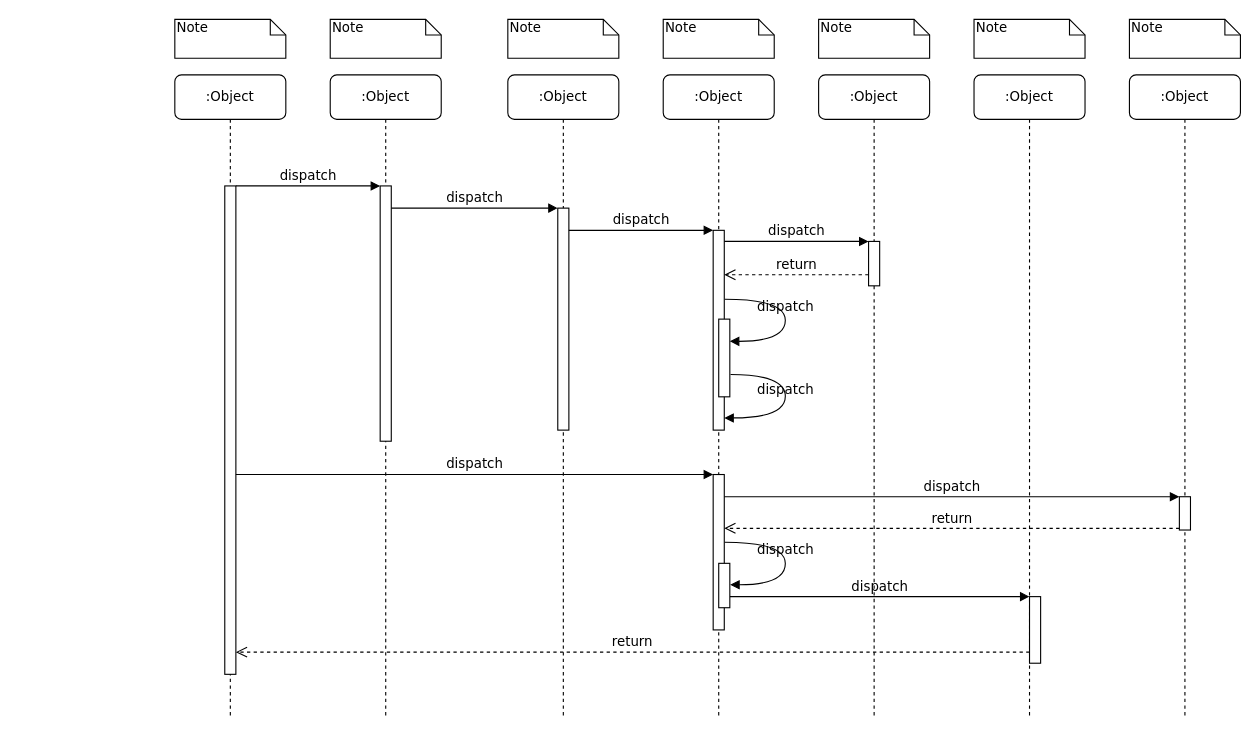
The draw.io diagram prometheus.drawio in mafagan/yunPicture, before the edit. Source tidied: cells renumbered, new cells numbered last; positions are measured from the earlier drawing's top-left corner, leaving out a move shared by most shapes. Both pictures are drawn from the tidied source at 111%, with x=0, y=0 at pixel (174, 19).
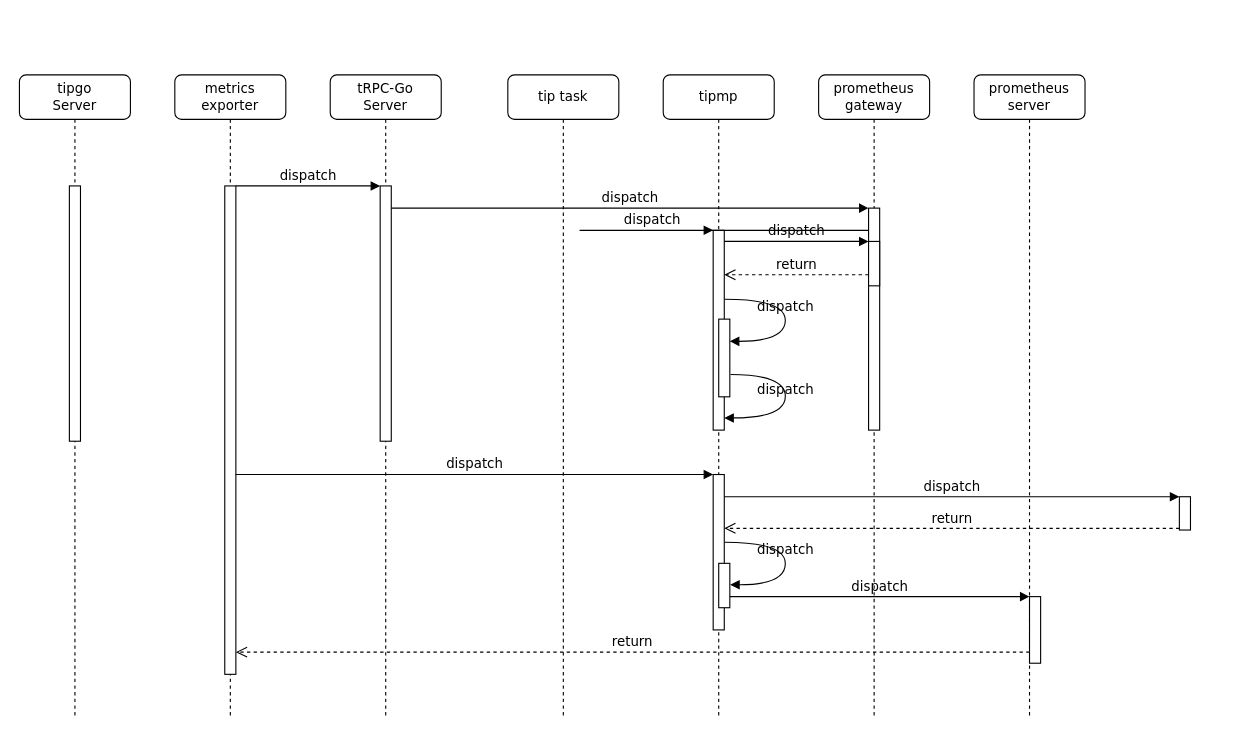
After the change.

What changed in the source:
```diff
@@
-    <mxCell id="2" value=":Object" style="shape=umlLifeline;perimeter=lifelinePerimeter;whiteSpace=wrap;html=1;rounded=1;shadow=0;comic=0;labelBackgroundColor=none;strokeWidth=1;fontFamily=Verdana;fontSize=12;align=center;" parent="1" vertex="1">
+    <mxCell id="2" value="tRPC-Go&lt;br&gt;Server" style="shape=umlLifeline;perimeter=lifelinePerimeter;whiteSpace=wrap;html=1;rounded=1;shadow=0;comic=0;labelBackgroundColor=none;strokeWidth=1;fontFamily=Verdana;fontSize=12;align=center;" parent="1" vertex="1">
       <mxGeometry x="140" y="50" width="100" height="580" as="geometry" />
     </mxCell>
@@
-    <mxCell id="4" value=":Object" style="shape=umlLifeline;perimeter=lifelinePerimeter;whiteSpace=wrap;html=1;rounded=1;shadow=0;comic=0;labelBackgroundColor=none;strokeWidth=1;fontFamily=Verdana;fontSize=12;align=center;" parent="1" vertex="1">
-      <mxGeometry x="300" y="50" width="100" height="580" as="geometry" />
+    <mxCell id="4" value="prometheus&lt;br&gt;gateway" style="shape=umlLifeline;perimeter=lifelinePerimeter;whiteSpace=wrap;html=1;rounded=1;shadow=0;comic=0;labelBackgroundColor=none;strokeWidth=1;fontFamily=Verdana;fontSize=12;align=center;" parent="1" vertex="1">
+      <mxGeometry x="580" y="50" width="100" height="580" as="geometry" />
     </mxCell>
@@
-    <mxCell id="6" value=":Object" style="shape=umlLifeline;perimeter=lifelinePerimeter;whiteSpace=wrap;html=1;rounded=1;shadow=0;comic=0;labelBackgroundColor=none;strokeWidth=1;fontFamily=Verdana;fontSize=12;align=center;" parent="1" vertex="1">
-      <mxGeometry x="440" y="50" width="100" height="580" as="geometry" />
+    <mxCell id="6" value="prometheus&lt;br&gt;server" style="shape=umlLifeline;perimeter=lifelinePerimeter;whiteSpace=wrap;html=1;rounded=1;shadow=0;comic=0;labelBackgroundColor=none;strokeWidth=1;fontFamily=Verdana;fontSize=12;align=center;" parent="1" vertex="1">
+      <mxGeometry x="720" y="50" width="100" height="580" as="geometry" />
     </mxCell>
-    <mxCell id="7" value=":Object" style="shape=umlLifeline;perimeter=lifelinePerimeter;whiteSpace=wrap;html=1;rounded=1;shadow=0;comic=0;labelBackgroundColor=none;strokeWidth=1;fontFamily=Verdana;fontSize=12;align=center;" parent="1" vertex="1">
-      <mxGeometry x="580" y="50" width="100" height="580" as="geometry" />
+    <mxCell id="7" value="tip task" style="shape=umlLifeline;perimeter=lifelinePerimeter;whiteSpace=wrap;html=1;rounded=1;shadow=0;comic=0;labelBackgroundColor=none;strokeWidth=1;fontFamily=Verdana;fontSize=12;align=center;" parent="1" vertex="1">
+      <mxGeometry x="300" y="50" width="100" height="580" as="geometry" />
     </mxCell>
-    <mxCell id="8" value=":Object" style="shape=umlLifeline;perimeter=lifelinePerimeter;whiteSpace=wrap;html=1;rounded=1;shadow=0;comic=0;labelBackgroundColor=none;strokeWidth=1;fontFamily=Verdana;fontSize=12;align=center;" parent="1" vertex="1">
-      <mxGeometry x="720" y="50" width="100" height="580" as="geometry" />
+    <mxCell id="8" value="tipmp" style="shape=umlLifeline;perimeter=lifelinePerimeter;whiteSpace=wrap;html=1;rounded=1;shadow=0;comic=0;labelBackgroundColor=none;strokeWidth=1;fontFamily=Verdana;fontSize=12;align=center;" parent="1" vertex="1">
+      <mxGeometry x="440" y="50" width="100" height="580" as="geometry" />
     </mxCell>
-    <mxCell id="9" value=":Object" style="shape=umlLifeline;perimeter=lifelinePerimeter;whiteSpace=wrap;html=1;rounded=1;shadow=0;comic=0;labelBackgroundColor=none;strokeWidth=1;fontFamily=Verdana;fontSize=12;align=center;" parent="1" vertex="1">
-      <mxGeometry x="860" y="50" width="100" height="580" as="geometry" />
-    </mxCell>
-    <mxCell id="10" value=":Object" style="shape=umlLifeline;perimeter=lifelinePerimeter;whiteSpace=wrap;html=1;rounded=1;shadow=0;comic=0;labelBackgroundColor=none;strokeWidth=1;fontFamily=Verdana;fontSize=12;align=center;" parent="1" vertex="1">
+    <mxCell id="10" value="metrics exporter" style="shape=umlLifeline;perimeter=lifelinePerimeter;whiteSpace=wrap;html=1;rounded=1;shadow=0;comic=0;labelBackgroundColor=none;strokeWidth=1;fontFamily=Verdana;fontSize=12;align=center;" parent="1" vertex="1">
       <mxGeometry y="50" width="100" height="580" as="geometry" />
     </mxCell>
@@
-    <mxCell id="32" value="Note" style="shape=note;whiteSpace=wrap;html=1;size=14;verticalAlign=top;align=left;spacingTop=-6;rounded=0;shadow=0;comic=0;labelBackgroundColor=none;strokeWidth=1;fontFamily=Verdana;fontSize=12;" parent="1" vertex="1">
-      <mxGeometry width="100" height="35" as="geometry" />
-    </mxCell>
-    <mxCell id="33" value="Note" style="shape=note;whiteSpace=wrap;html=1;size=14;verticalAlign=top;align=left;spacingTop=-6;rounded=0;shadow=0;comic=0;labelBackgroundColor=none;strokeWidth=1;fontFamily=Verdana;fontSize=12;" parent="1" vertex="1">
-      <mxGeometry x="140" width="100" height="35" as="geometry" />
-    </mxCell>
-    <mxCell id="34" value="Note" style="shape=note;whiteSpace=wrap;html=1;size=14;verticalAlign=top;align=left;spacingTop=-6;rounded=0;shadow=0;comic=0;labelBackgroundColor=none;strokeWidth=1;fontFamily=Verdana;fontSize=12;" parent="1" vertex="1">
-      <mxGeometry x="300" width="100" height="35" as="geometry" />
-    </mxCell>
-    <mxCell id="35" value="Note" style="shape=note;whiteSpace=wrap;html=1;size=14;verticalAlign=top;align=left;spacingTop=-6;rounded=0;shadow=0;comic=0;labelBackgroundColor=none;strokeWidth=1;fontFamily=Verdana;fontSize=12;" parent="1" vertex="1">
-      <mxGeometry x="440" width="100" height="35" as="geometry" />
-    </mxCell>
-    <mxCell id="36" value="Note" style="shape=note;whiteSpace=wrap;html=1;size=14;verticalAlign=top;align=left;spacingTop=-6;rounded=0;shadow=0;comic=0;labelBackgroundColor=none;strokeWidth=1;fontFamily=Verdana;fontSize=12;" parent="1" vertex="1">
-      <mxGeometry x="580" width="100" height="35" as="geometry" />
-    </mxCell>
-    <mxCell id="37" value="Note" style="shape=note;whiteSpace=wrap;html=1;size=14;verticalAlign=top;align=left;spacingTop=-6;rounded=0;shadow=0;comic=0;labelBackgroundColor=none;strokeWidth=1;fontFamily=Verdana;fontSize=12;" parent="1" vertex="1">
-      <mxGeometry x="720" width="100" height="35" as="geometry" />
-    </mxCell>
-    <mxCell id="38" value="Note" style="shape=note;whiteSpace=wrap;html=1;size=14;verticalAlign=top;align=left;spacingTop=-6;rounded=0;shadow=0;comic=0;labelBackgroundColor=none;strokeWidth=1;fontFamily=Verdana;fontSize=12;" parent="1" vertex="1">
-      <mxGeometry x="860" width="100" height="35" as="geometry" />
-    </mxCell>
+    <mxCell id="39" value="tipgo&lt;br&gt;Server" style="shape=umlLifeline;perimeter=lifelinePerimeter;whiteSpace=wrap;html=1;rounded=1;shadow=0;comic=0;labelBackgroundColor=none;strokeWidth=1;fontFamily=Verdana;fontSize=12;align=center;" parent="1" vertex="1">
+      <mxGeometry x="-140" y="50" width="100" height="580" as="geometry" />
+    </mxCell>
+    <mxCell id="40" style="html=1;perimeter=orthogonalPerimeter;rounded=0;shadow=0;comic=0;labelBackgroundColor=none;strokeWidth=1;fontFamily=Verdana;fontSize=12;align=center;" parent="39" vertex="1">
+      <mxGeometry x="45" y="100" width="10" height="230" as="geometry" />
+    </mxCell>
```
